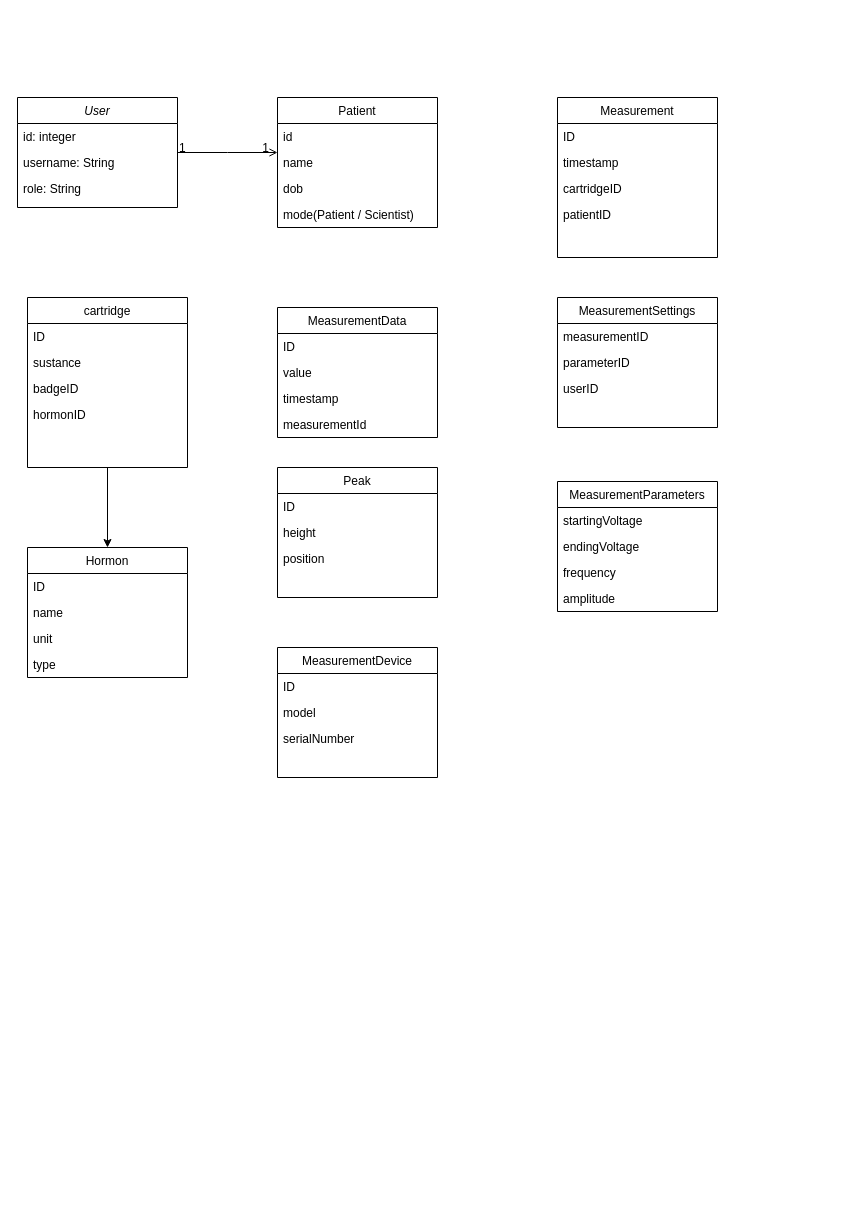
Above: Unbenanntes Diagramm.drawio in therubenation/SpringBootUpAndRunning (draw.io), before the change. Source tidied: cells renumbered, new cells numbered last; positions are measured from the earlier drawing's top-left corner, leaving out a move shared by most shapes. Both pictures are drawn from the tidied source at 100%, with x=0, y=0 at pixel (17, 97).
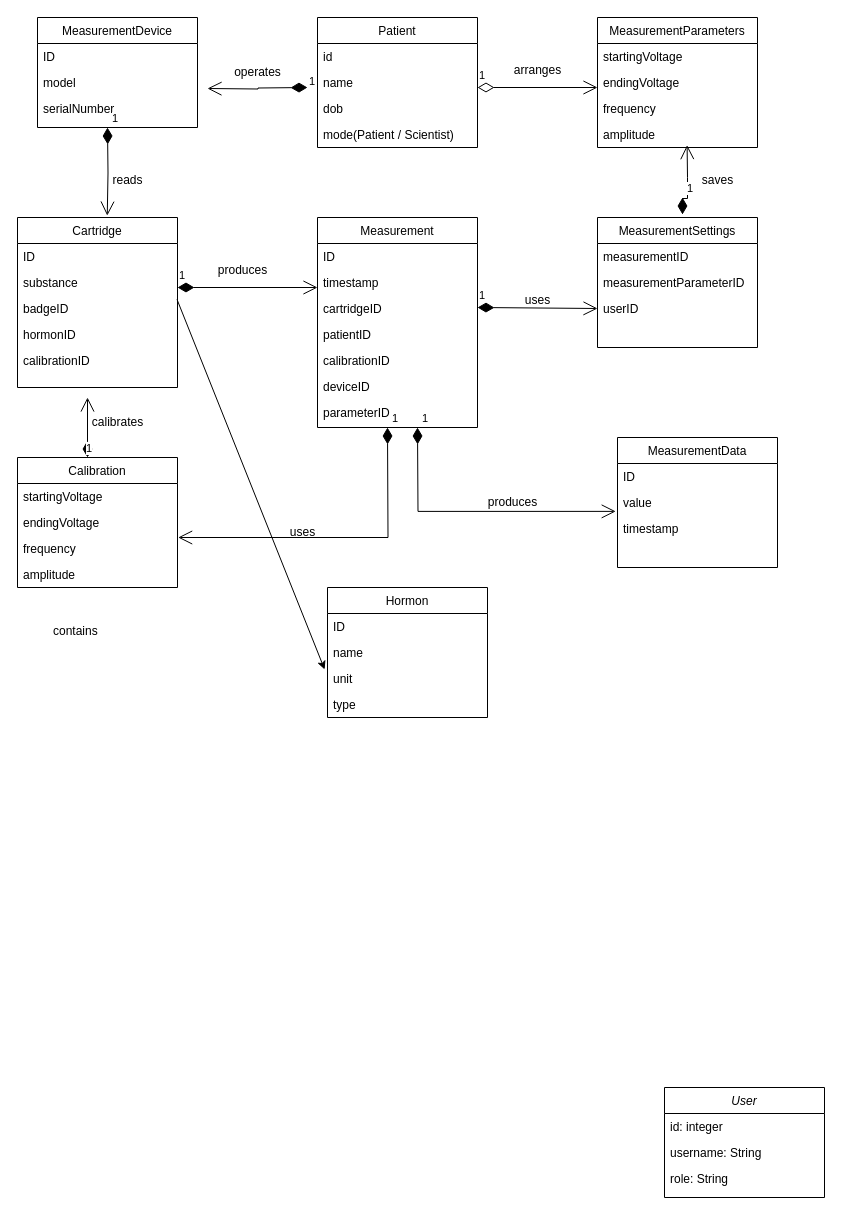
The same page after the edit.

Commit message:
hormonTest.drawio (Domain model) aktualisiert

The change refers to these unchanged cells:
```xml
<mxCell id="22" value="badgeID&#10;" style="text;align=left;verticalAlign=top;spacingLeft=4;spacingRight=4;overflow=hidden;points=[[0,0.5],[1,0.5]];portConstraint=eastwest;rounded=0;shadow=0;html=0;" parent="19" vertex="1">
  <mxGeometry y="78" width="160" height="26" as="geometry" />
</mxCell>
<mxCell id="28" value="timestamp" style="text;align=left;verticalAlign=top;spacingLeft=4;spacingRight=4;overflow=hidden;points=[[0,0.5],[1,0.5]];portConstraint=eastwest;rounded=0;shadow=0;html=0;" parent="25" vertex="1">
  <mxGeometry y="78" width="160" height="26" as="geometry" />
</mxCell>
<mxCell id="41" value="userID" style="text;align=left;verticalAlign=top;spacingLeft=4;spacingRight=4;overflow=hidden;points=[[0,0.5],[1,0.5]];portConstraint=eastwest;rounded=0;shadow=0;html=0;" parent="38" vertex="1">
  <mxGeometry y="78" width="160" height="26" as="geometry" />
</mxCell>
<mxCell id="46" value="amplitude" style="text;align=left;verticalAlign=top;spacingLeft=4;spacingRight=4;overflow=hidden;points=[[0,0.5],[1,0.5]];portConstraint=eastwest;rounded=0;shadow=0;html=0;" parent="42" vertex="1">
  <mxGeometry y="104" width="160" height="26" as="geometry" />
</mxCell>
<mxCell id="50" value="unit" style="text;align=left;verticalAlign=top;spacingLeft=4;spacingRight=4;overflow=hidden;points=[[0,0.5],[1,0.5]];portConstraint=eastwest;rounded=0;shadow=0;html=0;" parent="47" vertex="1">
  <mxGeometry y="78" width="160" height="26" as="geometry" />
</mxCell>
```

Diff of the diagram source:
```diff
@@
     <mxCell id="2" value="User" style="swimlane;fontStyle=2;align=center;verticalAlign=top;horizontal=1;startSize=26;rounded=0;shadow=0;strokeWidth=1;" parent="1" vertex="1">
-      <mxGeometry width="160" height="110" as="geometry" />
+      <mxGeometry x="647" y="990" width="160" height="110" as="geometry" />
     </mxCell>
@@
     <mxCell id="6" value="Patient" style="swimlane;fontStyle=0;align=center;verticalAlign=top;horizontal=1;startSize=26;rounded=0;shadow=0;strokeWidth=1;" parent="1" vertex="1">
-      <mxGeometry x="260" width="160" height="130" as="geometry" />
+      <mxGeometry x="300" y="-80" width="160" height="130" as="geometry" />
     </mxCell>
@@
-    <mxCell id="11" style="endArrow=open;shadow=0;strokeWidth=1;rounded=0;curved=0;endFill=1;edgeStyle=elbowEdgeStyle;elbow=vertical;" parent="1" edge="1" source="2" target="6">
-      <mxGeometry x="0.5" y="41" relative="1" as="geometry">
-        <mxPoint x="-40" y="32" as="offset" />
-      </mxGeometry>
-    </mxCell>
-    <mxCell id="12" value="1" style="align=left;verticalAlign=bottom;labelBackgroundColor=none;fontSize=12;" parent="11" vertex="1">
-      <mxGeometry x="-1" relative="1" as="geometry">
-        <mxPoint y="4" as="offset" />
-      </mxGeometry>
-    </mxCell>
-    <mxCell id="13" value="1" style="align=right;verticalAlign=bottom;labelBackgroundColor=none;fontSize=12;" parent="11" vertex="1">
-      <mxGeometry x="1" relative="1" as="geometry">
-        <mxPoint x="-7" y="4" as="offset" />
-      </mxGeometry>
-    </mxCell>
     <mxCell id="14" value="Measurement" style="swimlane;fontStyle=0;align=center;verticalAlign=top;horizontal=1;startSize=26;rounded=0;shadow=0;strokeWidth=1;" parent="1" vertex="1">
-      <mxGeometry x="540" width="160" height="160" as="geometry" />
+      <mxGeometry x="300" y="120" width="160" height="210" as="geometry" />
     </mxCell>
@@
+    <mxCell id="52" value="calibrationID" style="text;align=left;verticalAlign=top;spacingLeft=4;spacingRight=4;overflow=hidden;rounded=0;shadow=0;html=0;" parent="14" vertex="1">
+      <mxGeometry y="130" width="160" height="26" as="geometry" />
+    </mxCell>
+    <mxCell id="53" value="deviceID" style="text;align=left;verticalAlign=top;spacingLeft=4;spacingRight=4;overflow=hidden;rounded=0;shadow=0;html=0;" parent="14" vertex="1">
+      <mxGeometry y="156" width="160" height="26" as="geometry" />
+    </mxCell>
+    <mxCell id="54" value="parameterID" style="text;align=left;verticalAlign=top;spacingLeft=4;spacingRight=4;overflow=hidden;rounded=0;shadow=0;html=0;" parent="14" vertex="1">
+      <mxGeometry y="182" width="160" height="26" as="geometry" />
+    </mxCell>
-    <mxCell id="19" value="cartridge" style="swimlane;fontStyle=0;align=center;verticalAlign=top;horizontal=1;startSize=26;rounded=0;shadow=0;strokeWidth=1;" parent="1" vertex="1">
-      <mxGeometry x="10" y="200" width="160" height="170" as="geometry" />
+    <mxCell id="19" value="Cartridge" style="swimlane;fontStyle=0;align=center;verticalAlign=top;horizontal=1;startSize=26;rounded=0;shadow=0;strokeWidth=1;" parent="1" vertex="1">
+      <mxGeometry y="120" width="160" height="170" as="geometry" />
     </mxCell>
@@
-    <mxCell id="21" value="sustance" style="text;align=left;verticalAlign=top;spacingLeft=4;spacingRight=4;overflow=hidden;rounded=0;shadow=0;html=0;" parent="19" vertex="1">
+    <mxCell id="21" value="substance" style="text;align=left;verticalAlign=top;spacingLeft=4;spacingRight=4;overflow=hidden;rounded=0;shadow=0;html=0;" parent="19" vertex="1">
       <mxGeometry y="52" width="160" height="26" as="geometry" />
     </mxCell>
@@
-    <mxCell id="24" style="endArrow=classic;html=1;rounded=0;entryX=0.5;entryY=0;entryDx=0;entryDy=0;" parent="19" edge="1" target="47">
-      <mxGeometry relative="1" as="geometry">
-        <mxPoint x="80" y="170" as="sourcePoint" />
-      </mxGeometry>
-    </mxCell>
+    <mxCell id="55" value="calibrationID" style="text;align=left;verticalAlign=top;spacingLeft=4;spacingRight=4;overflow=hidden;rounded=0;shadow=0;html=0;" parent="19" vertex="1">
+      <mxGeometry y="130" width="160" height="26" as="geometry" />
+    </mxCell>
     <mxCell id="25" value="MeasurementData" style="swimlane;fontStyle=0;align=center;verticalAlign=top;horizontal=1;startSize=26;rounded=0;shadow=0;strokeWidth=1;" parent="1" vertex="1">
-      <mxGeometry x="260" y="210" width="160" height="130" as="geometry" />
+      <mxGeometry x="600" y="340" width="160" height="130" as="geometry" />
     </mxCell>
@@
-    <mxCell id="29" value="measurementId" style="text;align=left;verticalAlign=top;spacingLeft=4;spacingRight=4;overflow=hidden;rounded=0;shadow=0;html=0;" parent="25" vertex="1">
-      <mxGeometry y="104" width="160" height="26" as="geometry" />
-    </mxCell>
-    <mxCell id="30" value="Peak" style="swimlane;fontStyle=0;align=center;verticalAlign=top;horizontal=1;startSize=26;rounded=0;shadow=0;strokeWidth=1;" parent="1" vertex="1">
-      <mxGeometry x="260" y="370" width="160" height="130" as="geometry" />
-    </mxCell>
-    <mxCell id="31" value="ID" style="text;align=left;verticalAlign=top;spacingLeft=4;spacingRight=4;overflow=hidden;" parent="30" vertex="1">
-      <mxGeometry y="26" width="160" height="26" as="geometry" />
-    </mxCell>
-    <mxCell id="32" value="height" style="text;align=left;verticalAlign=top;spacingLeft=4;spacingRight=4;overflow=hidden;rounded=0;shadow=0;html=0;" parent="30" vertex="1">
-      <mxGeometry y="52" width="160" height="26" as="geometry" />
-    </mxCell>
-    <mxCell id="33" value="position" style="text;align=left;verticalAlign=top;spacingLeft=4;spacingRight=4;overflow=hidden;rounded=0;shadow=0;html=0;" parent="30" vertex="1">
-      <mxGeometry y="78" width="160" height="26" as="geometry" />
-    </mxCell>
     <mxCell id="34" value="MeasurementDevice" style="swimlane;fontStyle=0;align=center;verticalAlign=top;horizontal=1;startSize=26;rounded=0;shadow=0;strokeWidth=1;" parent="1" vertex="1">
-      <mxGeometry x="260" y="550" width="160" height="130" as="geometry" />
+      <mxGeometry x="20" y="-80" width="160" height="110" as="geometry" />
     </mxCell>
@@
     <mxCell id="38" value="MeasurementSettings" style="swimlane;fontStyle=0;align=center;verticalAlign=top;horizontal=1;startSize=26;rounded=0;shadow=0;strokeWidth=1;" parent="1" vertex="1">
-      <mxGeometry x="540" y="200" width="160" height="130" as="geometry" />
+      <mxGeometry x="580" y="120" width="160" height="130" as="geometry" />
     </mxCell>
@@
-    <mxCell id="40" value="parameterID" style="text;align=left;verticalAlign=top;spacingLeft=4;spacingRight=4;overflow=hidden;rounded=0;shadow=0;html=0;" parent="38" vertex="1">
+    <mxCell id="40" value="measurementParameterID" style="text;align=left;verticalAlign=top;spacingLeft=4;spacingRight=4;overflow=hidden;rounded=0;shadow=0;html=0;" parent="38" vertex="1">
       <mxGeometry y="52" width="160" height="26" as="geometry" />
     </mxCell>
@@
     <mxCell id="42" value="MeasurementParameters" style="swimlane;fontStyle=0;align=center;verticalAlign=top;horizontal=1;startSize=26;rounded=0;shadow=0;strokeWidth=1;" parent="1" vertex="1">
-      <mxGeometry x="540" y="384" width="160" height="130" as="geometry" />
+      <mxGeometry x="580" y="-80" width="160" height="130" as="geometry" />
     </mxCell>
@@
     <mxCell id="47" value="Hormon" style="swimlane;fontStyle=0;align=center;verticalAlign=top;horizontal=1;startSize=26;rounded=0;shadow=0;strokeWidth=1;" parent="1" vertex="1">
-      <mxGeometry x="10" y="450" width="160" height="130" as="geometry" />
+      <mxGeometry x="310" y="490" width="160" height="130" as="geometry" />
     </mxCell>
@@
+    <mxCell id="56" value="contains" style="text;align=left;verticalAlign=top;spacingLeft=4;spacingRight=4;overflow=hidden;rounded=0;shadow=0;html=0;" parent="1" vertex="1">
+      <mxGeometry x="30" y="520" width="60" height="26" as="geometry" />
+    </mxCell>
+    <mxCell id="24" style="endArrow=classic;html=1;rounded=0;entryX=-0.018;entryY=0.152;entryDx=0;entryDy=0;exitX=0.997;exitY=0.152;exitDx=0;exitDy=0;exitPerimeter=0;entryPerimeter=0;" parent="1" edge="1" source="22" target="50">
+      <mxGeometry relative="1" as="geometry" />
+    </mxCell>
+    <mxCell id="57" value="Calibration" style="swimlane;fontStyle=0;align=center;verticalAlign=top;horizontal=1;startSize=26;rounded=0;shadow=0;strokeWidth=1;" parent="1" vertex="1">
+      <mxGeometry y="360" width="160" height="130" as="geometry" />
+    </mxCell>
+    <mxCell id="58" value="1" style="endArrow=open;html=1;endSize=12;startArrow=diamondThin;startSize=14;startFill=1;edgeStyle=orthogonalEdgeStyle;align=left;verticalAlign=bottom;rounded=0;" parent="57" edge="1">
+      <mxGeometry x="-1" y="3" relative="1" as="geometry">
+        <mxPoint x="70" as="sourcePoint" />
+        <mxPoint x="70" y="-60" as="targetPoint" />
+      </mxGeometry>
+    </mxCell>
+    <mxCell id="59" value="startingVoltage" style="text;align=left;verticalAlign=top;spacingLeft=4;spacingRight=4;overflow=hidden;" parent="57" vertex="1">
+      <mxGeometry y="26" width="160" height="26" as="geometry" />
+    </mxCell>
+    <mxCell id="60" value="endingVoltage" style="text;align=left;verticalAlign=top;spacingLeft=4;spacingRight=4;overflow=hidden;rounded=0;shadow=0;html=0;" parent="57" vertex="1">
+      <mxGeometry y="52" width="160" height="26" as="geometry" />
+    </mxCell>
+    <mxCell id="61" value="frequency" style="text;align=left;verticalAlign=top;spacingLeft=4;spacingRight=4;overflow=hidden;points=[[0,0.5],[1,0.5]];portConstraint=eastwest;rounded=0;shadow=0;html=0;" parent="57" vertex="1">
+      <mxGeometry y="78" width="160" height="26" as="geometry" />
+    </mxCell>
+    <mxCell id="62" value="amplitude" style="text;align=left;verticalAlign=top;spacingLeft=4;spacingRight=4;overflow=hidden;rounded=0;shadow=0;html=0;" parent="57" vertex="1">
+      <mxGeometry y="104" width="160" height="26" as="geometry" />
+    </mxCell>
+    <mxCell id="63" value="1" style="endArrow=open;html=1;endSize=12;startArrow=diamondThin;startSize=14;startFill=1;edgeStyle=orthogonalEdgeStyle;align=left;verticalAlign=bottom;rounded=0;" parent="1" edge="1">
+      <mxGeometry x="-1" y="3" relative="1" as="geometry">
+        <mxPoint x="290" y="-10" as="sourcePoint" />
+        <mxPoint x="190" y="-9" as="targetPoint" />
+      </mxGeometry>
+    </mxCell>
+    <mxCell id="64" value="operates" style="text;html=1;align=center;verticalAlign=middle;strokeColor=none;fillColor=none;" parent="1" vertex="1">
+      <mxGeometry x="205" y="-40" width="70" height="30" as="geometry" />
+    </mxCell>
+    <mxCell id="65" value="1" style="endArrow=open;html=1;endSize=12;startArrow=diamondThin;startSize=14;startFill=1;edgeStyle=orthogonalEdgeStyle;align=left;verticalAlign=bottom;rounded=0;entryX=0.561;entryY=-0.011;entryDx=0;entryDy=0;entryPerimeter=0;" parent="1" edge="1" target="19">
+      <mxGeometry x="-1" y="3" relative="1" as="geometry">
+        <mxPoint x="90" y="30" as="sourcePoint" />
+      </mxGeometry>
+    </mxCell>
+    <mxCell id="66" value="reads" style="text;html=1;align=center;verticalAlign=middle;strokeColor=none;fillColor=none;" parent="1" vertex="1">
+      <mxGeometry x="85" y="68" width="50" height="30" as="geometry" />
+    </mxCell>
+    <mxCell id="67" value="1" style="endArrow=open;html=1;endSize=12;startArrow=diamondThin;startSize=14;startFill=0;edgeStyle=orthogonalEdgeStyle;align=left;verticalAlign=bottom;rounded=0;" parent="1" edge="1">
+      <mxGeometry x="-1" y="3" relative="1" as="geometry">
+        <mxPoint x="460" y="-10" as="sourcePoint" />
+        <mxPoint x="580" y="-10" as="targetPoint" />
+      </mxGeometry>
+    </mxCell>
+    <mxCell id="68" value="arranges" style="text;html=1;align=center;verticalAlign=middle;strokeColor=none;fillColor=none;" parent="1" vertex="1">
+      <mxGeometry x="485" y="-42" width="70" height="30" as="geometry" />
+    </mxCell>
+    <mxCell id="69" value="1" style="endArrow=open;html=1;endSize=12;startArrow=diamondThin;startSize=14;startFill=1;edgeStyle=orthogonalEdgeStyle;align=left;verticalAlign=bottom;rounded=0;" parent="1" edge="1">
+      <mxGeometry x="-1" y="3" relative="1" as="geometry">
+        <mxPoint x="160" y="190" as="sourcePoint" />
+        <mxPoint x="300" y="190" as="targetPoint" />
+      </mxGeometry>
+    </mxCell>
+    <mxCell id="70" value="uses" style="text;html=1;align=center;verticalAlign=middle;strokeColor=none;fillColor=none;" parent="1" vertex="1">
+      <mxGeometry x="495" y="188" width="50" height="30" as="geometry" />
+    </mxCell>
+    <mxCell id="71" value="1" style="endArrow=open;html=1;endSize=12;startArrow=diamondThin;startSize=14;startFill=1;edgeStyle=orthogonalEdgeStyle;align=left;verticalAlign=bottom;rounded=0;entryX=0.56;entryY=0.908;entryDx=0;entryDy=0;entryPerimeter=0;" parent="1" edge="1" target="46">
+      <mxGeometry x="-1" y="3" relative="1" as="geometry">
+        <mxPoint x="665" y="100" as="sourcePoint" />
+        <Array as="points">
+          <mxPoint x="665" y="101" />
+          <mxPoint x="670" y="101" />
+          <mxPoint x="670" y="80" />
+          <mxPoint x="670" y="80" />
+        </Array>
+      </mxGeometry>
+    </mxCell>
+    <mxCell id="72" value="saves" style="text;html=1;align=center;verticalAlign=middle;strokeColor=none;fillColor=none;" parent="1" vertex="1">
+      <mxGeometry x="675" y="68" width="50" height="30" as="geometry" />
+    </mxCell>
+    <mxCell id="73" value="uses" style="text;html=1;align=center;verticalAlign=middle;strokeColor=none;fillColor=none;" parent="1" vertex="1">
+      <mxGeometry x="260" y="420" width="50" height="30" as="geometry" />
+    </mxCell>
+    <mxCell id="74" value="calibrates" style="text;html=1;align=center;verticalAlign=middle;strokeColor=none;fillColor=none;" parent="1" vertex="1">
+      <mxGeometry x="65" y="310" width="70" height="30" as="geometry" />
+    </mxCell>
+    <mxCell id="75" value="produces" style="text;html=1;align=center;verticalAlign=middle;strokeColor=none;fillColor=none;" parent="1" vertex="1">
+      <mxGeometry x="190" y="158" width="70" height="30" as="geometry" />
+    </mxCell>
+    <mxCell id="76" value="1" style="endArrow=open;html=1;endSize=12;startArrow=diamondThin;startSize=14;startFill=1;edgeStyle=orthogonalEdgeStyle;align=left;verticalAlign=bottom;rounded=0;entryX=1.004;entryY=0.077;entryDx=0;entryDy=0;entryPerimeter=0;" parent="1" edge="1" target="61">
+      <mxGeometry x="-1" y="3" relative="1" as="geometry">
+        <mxPoint x="370" y="330" as="sourcePoint" />
+      </mxGeometry>
+    </mxCell>
+    <mxCell id="77" value="1" style="endArrow=open;html=1;endSize=12;startArrow=diamondThin;startSize=14;startFill=1;edgeStyle=orthogonalEdgeStyle;align=left;verticalAlign=bottom;rounded=0;entryX=0;entryY=0.5;entryDx=0;entryDy=0;" parent="1" edge="1" target="41">
+      <mxGeometry x="-1" y="3" relative="1" as="geometry">
+        <mxPoint x="460" y="210" as="sourcePoint" />
+      </mxGeometry>
+    </mxCell>
+    <mxCell id="78" value="1" style="endArrow=open;html=1;endSize=12;startArrow=diamondThin;startSize=14;startFill=1;edgeStyle=orthogonalEdgeStyle;align=left;verticalAlign=bottom;rounded=0;entryX=-0.011;entryY=-0.158;entryDx=0;entryDy=0;entryPerimeter=0;" parent="1" edge="1" target="28">
+      <mxGeometry x="-1" y="3" relative="1" as="geometry">
+        <mxPoint x="400" y="330" as="sourcePoint" />
+      </mxGeometry>
+    </mxCell>
+    <mxCell id="79" value="produces" style="text;html=1;align=center;verticalAlign=middle;strokeColor=none;fillColor=none;" parent="1" vertex="1">
+      <mxGeometry x="460" y="390" width="70" height="30" as="geometry" />
+    </mxCell>
```
